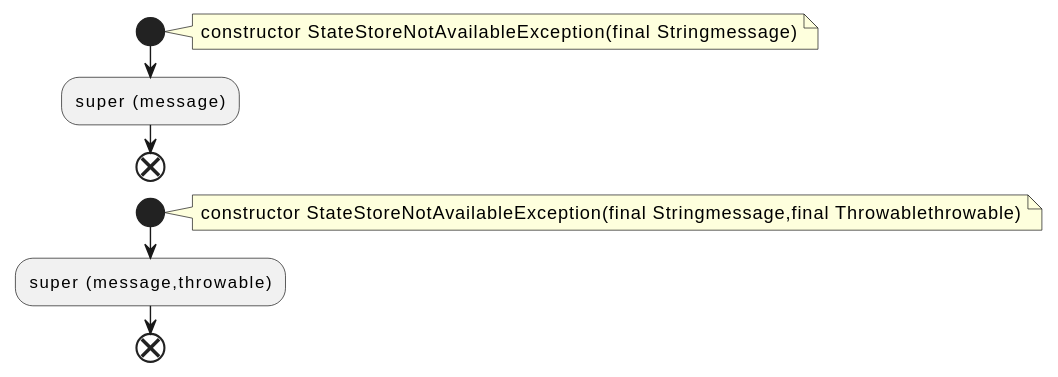
Above: docs/qc/streams/src/main/java/org/apache/kafka/streams/errors/StateStoreNotAvailableException.java.fct.svg in qualitesys/kafka (PlantUML), before the change. Its diagram source:
```plantuml
@startuml
!pragma layout smetana
start
note right
constructor StateStoreNotAvailableException(final Stringmessage)
end note
:super (message);
end
start
note right
constructor StateStoreNotAvailableException(final Stringmessage,final Throwablethrowable)
end note
:super (message,throwable);
end
@enduml
```
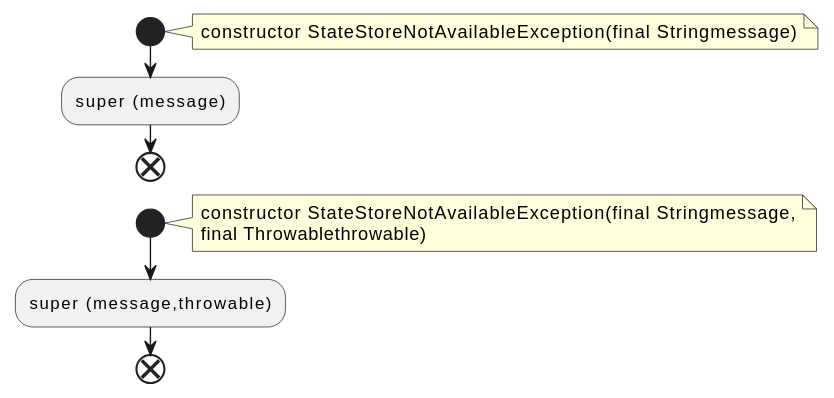
The same file after the commit.

Diff of the diagram source:
```diff
@@ -8,7 +8,8 @@
 end
 start
 note right
-constructor StateStoreNotAvailableException(final Stringmessage,final Throwablethrowable)
+constructor StateStoreNotAvailableException(final Stringmessage,
+final Throwablethrowable)
 end note
 :super (message,throwable);
 end
```
